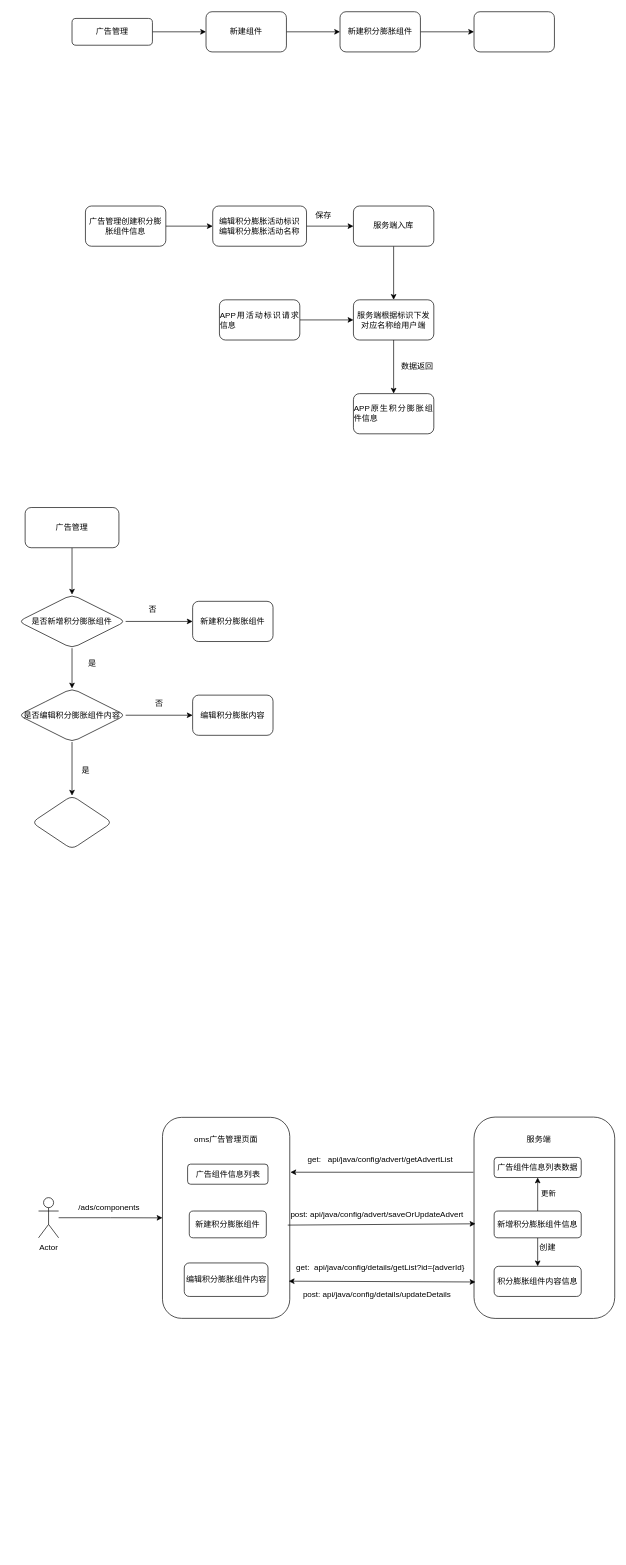
This is 广告管理积分膨胀.drawio from BwinYang/bwinyang, a draw.io file, before an edit. Source tidied: cells renumbered, new cells numbered last; positions are measured from the earlier drawing's top-left corner, leaving out a move shared by most shapes. Both pictures are drawn from the tidied source at 67%, with x=0, y=0 at pixel (18, 11).
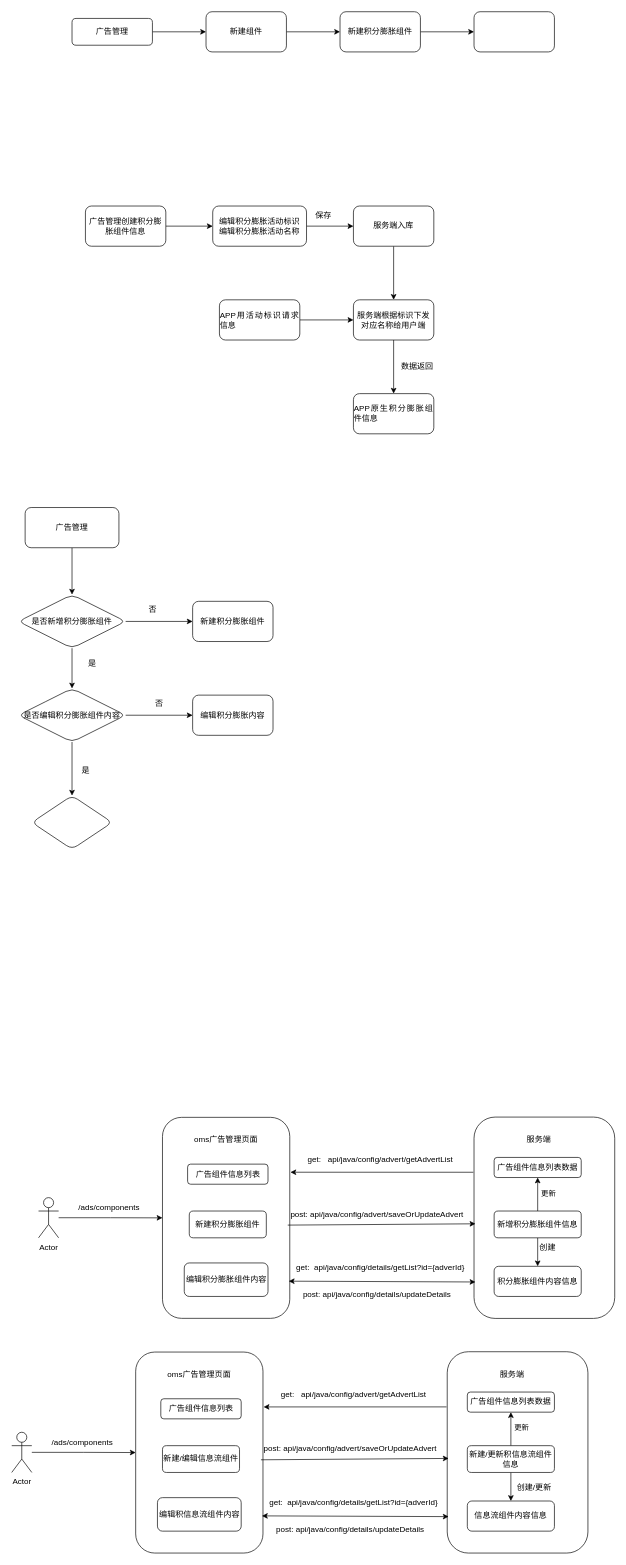
Above is the later version.

Commit message:
更新广告管理积分膨胀.drawio

What changed in the source:
```diff
@@
+    <mxCell id="61" style="rounded=1;whiteSpace=wrap;html=1;" parent="1" vertex="1">
+      <mxGeometry x="175" y="2000.5" width="190" height="300" as="geometry" />
+    </mxCell>
+    <mxCell id="62" style="rounded=1;whiteSpace=wrap;html=1;" parent="1" vertex="1">
+      <mxGeometry x="640" y="2000" width="210" height="300.5" as="geometry" />
+    </mxCell>
+    <mxCell id="63" style="edgeStyle=orthogonalEdgeStyle;rounded=0;jettySize=auto;html=1;entryX=0;entryY=0.5;entryDx=0;entryDy=0;" parent="1" edge="1" source="64" target="61">
+      <mxGeometry relative="1" as="geometry" />
+    </mxCell>
+    <mxCell id="64" value="Actor" style="shape=umlActor;verticalLabelPosition=bottom;verticalAlign=top;html=1;outlineConnect=0;" parent="1" vertex="1">
+      <mxGeometry x="-10" y="2120.2" width="30" height="60" as="geometry" />
+    </mxCell>
+    <mxCell id="65" value="/ads/components" style="text;html=1;align=center;verticalAlign=middle;strokeColor=none;fillColor=none;" parent="1" vertex="1">
+      <mxGeometry x="40" y="2120.2" width="110" height="30" as="geometry" />
+    </mxCell>
+    <mxCell id="66" value="oms广告管理页面" style="text;html=1;strokeColor=none;fillColor=none;align=center;verticalAlign=middle;whiteSpace=wrap;rounded=0;" parent="1" vertex="1">
+      <mxGeometry x="215" y="2019.2" width="110" height="30" as="geometry" />
+    </mxCell>
+    <mxCell id="67" value="新建/编辑信息流组件" style="rounded=1;whiteSpace=wrap;html=1;" parent="1" vertex="1">
+      <mxGeometry x="215" y="2140.2" width="115" height="40" as="geometry" />
+    </mxCell>
+    <mxCell id="68" value="编辑积信息流组件内容" style="rounded=1;whiteSpace=wrap;html=1;" parent="1" vertex="1">
+      <mxGeometry x="207.5" y="2217.8" width="125" height="50" as="geometry" />
+    </mxCell>
+    <mxCell id="69" value="广告组件信息列表" style="rounded=1;whiteSpace=wrap;html=1;" parent="1" vertex="1">
+      <mxGeometry x="212.5" y="2070.2" width="120" height="30" as="geometry" />
+    </mxCell>
+    <mxCell id="70" value="服务端" style="text;html=1;strokeColor=none;fillColor=none;align=center;verticalAlign=middle;whiteSpace=wrap;rounded=0;" parent="1" vertex="1">
+      <mxGeometry x="707" y="2019.2" width="60" height="30" as="geometry" />
+    </mxCell>
+    <mxCell id="71" value="post: api/java/config/advert/saveOrUpdateAdvert" style="text;html=1;align=center;verticalAlign=middle;strokeColor=none;fillColor=none;" parent="1" vertex="1">
+      <mxGeometry x="355" y="2130.2" width="280" height="30" as="geometry" />
+    </mxCell>
+    <mxCell id="72" style="edgeStyle=orthogonalEdgeStyle;rounded=0;jettySize=auto;html=1;" parent="1" edge="1" source="75" target="77">
+      <mxGeometry relative="1" as="geometry" />
+    </mxCell>
+    <mxCell id="73" style="edgeStyle=orthogonalEdgeStyle;rounded=0;jettySize=auto;html=1;" parent="1" edge="1" source="75" target="79">
+      <mxGeometry relative="1" as="geometry" />
+    </mxCell>
+    <mxCell id="74" value="更新" style="edgeLabel;html=1;align=center;verticalAlign=middle;" parent="73" vertex="1">
+      <mxGeometry x="0.3" y="-5" relative="1" as="geometry">
+        <mxPoint x="10" y="6" as="offset" />
+      </mxGeometry>
+    </mxCell>
+    <mxCell id="75" value="新建/更新积信息流组件信息" style="rounded=1;whiteSpace=wrap;html=1;" parent="1" vertex="1">
+      <mxGeometry x="670" y="2140.2" width="130" height="40" as="geometry" />
+    </mxCell>
+    <mxCell id="76" value="get:&amp;nbsp; api/java/config/details/getList?id={adverId}" style="text;html=1;align=center;verticalAlign=middle;strokeColor=none;fillColor=none;" parent="1" vertex="1">
+      <mxGeometry x="365" y="2210.2" width="270" height="30" as="geometry" />
+    </mxCell>
+    <mxCell id="77" value="信息流组件内容信息" style="whiteSpace=wrap;html=1;rounded=1;" parent="1" vertex="1">
+      <mxGeometry x="670" y="2222.8" width="130" height="45" as="geometry" />
+    </mxCell>
+    <mxCell id="78" value="post: api/java/config/details/updateDetails" style="text;html=1;align=center;verticalAlign=middle;strokeColor=none;fillColor=none;" parent="1" vertex="1">
+      <mxGeometry x="375" y="2250.2" width="240" height="30" as="geometry" />
+    </mxCell>
+    <mxCell id="79" value="广告组件信息列表数据" style="rounded=1;whiteSpace=wrap;html=1;" parent="1" vertex="1">
+      <mxGeometry x="670" y="2060.2" width="130" height="30" as="geometry" />
+    </mxCell>
+    <mxCell id="80" value="get:&amp;nbsp; &amp;nbsp;api/java/config/advert/getAdvertList" style="text;html=1;align=center;verticalAlign=middle;strokeColor=none;fillColor=none;" parent="1" vertex="1">
+      <mxGeometry x="380" y="2049.2" width="240" height="30" as="geometry" />
+    </mxCell>
+    <mxCell id="81" value="创建/更新" style="text;html=1;strokeColor=none;fillColor=none;align=center;verticalAlign=middle;whiteSpace=wrap;rounded=0;" parent="1" vertex="1">
+      <mxGeometry x="740" y="2187.8" width="60" height="30" as="geometry" />
+    </mxCell>
+    <mxCell id="82" style="endArrow=classic;startArrow=classic;html=1;rounded=0;entryX=0.01;entryY=0.819;entryDx=0;entryDy=0;entryPerimeter=0;exitX=0.992;exitY=0.815;exitDx=0;exitDy=0;exitPerimeter=0;" parent="1" edge="1" source="61" target="62">
+      <mxGeometry relative="1" as="geometry" />
+    </mxCell>
+    <mxCell id="83" style="endArrow=classic;html=1;rounded=0;exitX=0.984;exitY=0.536;exitDx=0;exitDy=0;exitPerimeter=0;entryX=0.01;entryY=0.53;entryDx=0;entryDy=0;entryPerimeter=0;" parent="1" edge="1" source="61" target="62">
+      <mxGeometry relative="1" as="geometry" />
+    </mxCell>
+    <mxCell id="84" style="endArrow=classic;html=1;rounded=0;entryX=1.005;entryY=0.273;entryDx=0;entryDy=0;entryPerimeter=0;exitX=-0.005;exitY=0.274;exitDx=0;exitDy=0;exitPerimeter=0;" parent="1" edge="1" source="62" target="61">
+      <mxGeometry relative="1" as="geometry" />
+    </mxCell>
```
